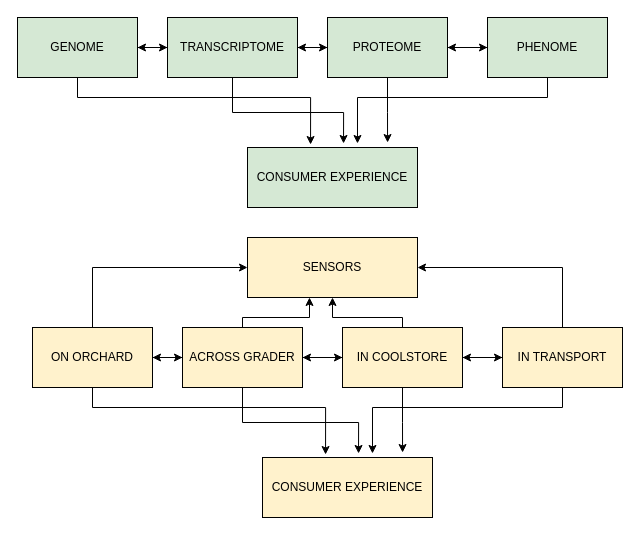
Earlier version of the draw.io diagram DataConnections.drawio (m-alavi/LinleysTestRop). Source tidied: cells renumbered, new cells numbered last; positions are measured from the earlier drawing's top-left corner, leaving out a move shared by most shapes. Both pictures are drawn from the tidied source at 100%, with x=0, y=0 at pixel (17, 17).
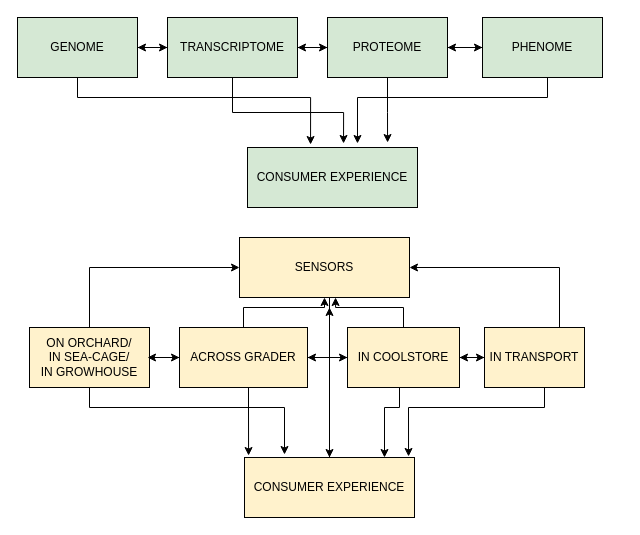
The same page after the edit.

What changed in the source:
```diff
@@
     <mxCell id="15" value="PHENOME" style="rounded=0;whiteSpace=wrap;html=1;fillColor=#d5e8d4;strokeColor=#000000;" parent="1" vertex="1">
-      <mxGeometry x="470" width="120" height="60" as="geometry" />
+      <mxGeometry x="465" width="120" height="60" as="geometry" />
     </mxCell>
@@
-    <mxCell id="17" style="edgeStyle=orthogonalEdgeStyle;rounded=0;jettySize=auto;html=1;fillColor=#fff2cc;strokeColor=#000000;" parent="1" edge="1" source="20" target="25">
-      <mxGeometry relative="1" as="geometry" />
-    </mxCell>
-    <mxCell id="18" style="edgeStyle=orthogonalEdgeStyle;rounded=0;jettySize=auto;html=1;entryX=0.371;entryY=-0.05;entryDx=0;entryDy=0;entryPerimeter=0;fillColor=#fff2cc;strokeColor=#000000;" parent="1" edge="1" source="20" target="35">
+    <mxCell id="18" style="edgeStyle=orthogonalEdgeStyle;rounded=0;jettySize=auto;html=1;fillColor=#fff2cc;strokeColor=#000000;" parent="1" edge="1" source="20">
       <mxGeometry relative="1" as="geometry">
+        <mxPoint x="267" y="437" as="targetPoint" />
         <Array as="points">
-          <mxPoint x="75" y="390" />
-          <mxPoint x="308" y="390" />
+          <mxPoint x="72" y="390" />
+          <mxPoint x="267" y="390" />
+          <mxPoint x="267" y="437" />
         </Array>
       </mxGeometry>
     </mxCell>
     <mxCell id="19" style="edgeStyle=orthogonalEdgeStyle;rounded=0;jettySize=auto;html=1;entryX=0;entryY=0.5;entryDx=0;entryDy=0;strokeColor=#000000;" parent="1" edge="1" source="20" target="36">
       <mxGeometry relative="1" as="geometry">
         <Array as="points">
-          <mxPoint x="75" y="250" />
+          <mxPoint x="72" y="250" />
         </Array>
       </mxGeometry>
     </mxCell>
+    <mxCell id="17" style="edgeStyle=orthogonalEdgeStyle;rounded=0;jettySize=auto;html=1;" parent="1" edge="1" source="20" target="25">
+      <mxGeometry relative="1" as="geometry" />
+    </mxCell>
-    <mxCell id="20" value="ON ORCHARD" style="rounded=0;whiteSpace=wrap;html=1;fillColor=#fff2cc;strokeColor=#000000;" parent="1" vertex="1">
-      <mxGeometry x="15" y="310" width="120" height="60" as="geometry" />
+    <mxCell id="20" value="&lt;div&gt;ON ORCHARD/&lt;/div&gt;&lt;div&gt;IN SEA-CAGE/&lt;/div&gt;&lt;div&gt;IN GROWHOUSE&lt;br&gt;&lt;/div&gt;" style="rounded=0;whiteSpace=wrap;html=1;fillColor=#fff2cc;strokeColor=#000000;" parent="1" vertex="1">
+      <mxGeometry x="12" y="310" width="120" height="60" as="geometry" />
     </mxCell>
-    <mxCell id="21" style="edgeStyle=orthogonalEdgeStyle;rounded=0;jettySize=auto;html=1;fillColor=#fff2cc;strokeColor=#000000;" parent="1" edge="1" source="25" target="20">
-      <mxGeometry relative="1" as="geometry" />
-    </mxCell>
+    <mxCell id="23" style="edgeStyle=orthogonalEdgeStyle;rounded=0;jettySize=auto;html=1;fillColor=#fff2cc;strokeColor=#000000;" parent="1" edge="1" source="25" target="30">
+      <mxGeometry relative="1" as="geometry" />
+    </mxCell>
-    <mxCell id="22" style="edgeStyle=orthogonalEdgeStyle;rounded=0;jettySize=auto;html=1;entryX=0.565;entryY=-0.067;entryDx=0;entryDy=0;entryPerimeter=0;fillColor=#fff2cc;strokeColor=#000000;" parent="1" edge="1" source="25" target="35">
-      <mxGeometry relative="1" as="geometry" />
+    <mxCell id="22" style="edgeStyle=orthogonalEdgeStyle;rounded=0;jettySize=auto;html=1;entryX=0.024;entryY=-0.033;entryDx=0;entryDy=0;entryPerimeter=0;" parent="1" edge="1" source="25" target="35">
+      <mxGeometry relative="1" as="geometry">
+        <Array as="points">
+          <mxPoint x="231" y="390" />
+          <mxPoint x="231" y="390" />
+        </Array>
+      </mxGeometry>
     </mxCell>
-    <mxCell id="23" style="edgeStyle=orthogonalEdgeStyle;rounded=0;jettySize=auto;html=1;fillColor=#fff2cc;strokeColor=#000000;" parent="1" edge="1" source="25" target="30">
-      <mxGeometry relative="1" as="geometry" />
-    </mxCell>
-    <mxCell id="24" style="edgeStyle=orthogonalEdgeStyle;rounded=0;jettySize=auto;html=1;strokeColor=#000000;" parent="1" edge="1" source="25">
-      <mxGeometry relative="1" as="geometry">
-        <mxPoint x="292" y="280" as="targetPoint" />
-        <Array as="points">
-          <mxPoint x="225" y="300" />
-          <mxPoint x="292" y="300" />
-        </Array>
-      </mxGeometry>
-    </mxCell>
+    <mxCell id="37" style="edgeStyle=orthogonalEdgeStyle;rounded=0;jettySize=auto;html=1;" parent="1" edge="1" source="25">
+      <mxGeometry relative="1" as="geometry">
+        <mxPoint x="130" y="340" as="targetPoint" />
+      </mxGeometry>
+    </mxCell>
+    <mxCell id="38" style="edgeStyle=orthogonalEdgeStyle;rounded=0;jettySize=auto;html=1;exitX=0.5;exitY=0;exitDx=0;exitDy=0;entryX=0.5;entryY=1;entryDx=0;entryDy=0;" parent="1" edge="1" source="25" target="36">
+      <mxGeometry relative="1" as="geometry" />
+    </mxCell>
     <mxCell id="25" value="ACROSS GRADER" style="rounded=0;whiteSpace=wrap;html=1;fillColor=#fff2cc;strokeColor=#000000;" parent="1" vertex="1">
-      <mxGeometry x="165" y="310" width="120" height="60" as="geometry" />
+      <mxGeometry x="162" y="310" width="128" height="60" as="geometry" />
     </mxCell>
-    <mxCell id="26" style="edgeStyle=orthogonalEdgeStyle;rounded=0;jettySize=auto;html=1;entryX=0.824;entryY=-0.083;entryDx=0;entryDy=0;entryPerimeter=0;fillColor=#fff2cc;strokeColor=#000000;" parent="1" edge="1" source="30" target="35">
-      <mxGeometry relative="1" as="geometry" />
-    </mxCell>
     <mxCell id="27" style="edgeStyle=orthogonalEdgeStyle;rounded=0;jettySize=auto;html=1;fillColor=#fff2cc;strokeColor=#000000;" parent="1" edge="1" source="30" target="34">
       <mxGeometry relative="1" as="geometry">
         <Array as="points">
-          <mxPoint x="455" y="340" />
-          <mxPoint x="455" y="340" />
+          <mxPoint x="452" y="340" />
+          <mxPoint x="452" y="340" />
         </Array>
       </mxGeometry>
     </mxCell>
@@
+    <mxCell id="26" style="edgeStyle=orthogonalEdgeStyle;rounded=0;jettySize=auto;html=1;exitX=0.5;exitY=1;exitDx=0;exitDy=0;" parent="1" edge="1" source="30" target="35">
+      <mxGeometry relative="1" as="geometry">
+        <Array as="points">
+          <mxPoint x="382" y="390" />
+          <mxPoint x="367" y="390" />
+        </Array>
+      </mxGeometry>
+    </mxCell>
-    <mxCell id="29" style="edgeStyle=orthogonalEdgeStyle;rounded=0;jettySize=auto;html=1;strokeColor=#000000;" parent="1" edge="1" source="30" target="36">
-      <mxGeometry relative="1" as="geometry">
-        <Array as="points">
-          <mxPoint x="385" y="300" />
-          <mxPoint x="315" y="300" />
-        </Array>
-      </mxGeometry>
+    <mxCell id="29" style="edgeStyle=orthogonalEdgeStyle;rounded=0;jettySize=auto;html=1;exitX=0.5;exitY=0;exitDx=0;exitDy=0;entryX=0.565;entryY=1;entryDx=0;entryDy=0;entryPerimeter=0;" parent="1" edge="1" source="30" target="36">
+      <mxGeometry relative="1" as="geometry" />
     </mxCell>
     <mxCell id="30" value="IN COOLSTORE" style="rounded=0;whiteSpace=wrap;html=1;fillColor=#fff2cc;strokeColor=#000000;" parent="1" vertex="1">
-      <mxGeometry x="325" y="310" width="120" height="60" as="geometry" />
+      <mxGeometry x="330" y="310" width="112" height="60" as="geometry" />
     </mxCell>
-    <mxCell id="31" style="edgeStyle=orthogonalEdgeStyle;rounded=0;jettySize=auto;html=1;entryX=0.647;entryY=-0.067;entryDx=0;entryDy=0;entryPerimeter=0;fillColor=#fff2cc;strokeColor=#000000;" parent="1" edge="1" source="34" target="35">
-      <mxGeometry relative="1" as="geometry">
-        <Array as="points">
-          <mxPoint x="545" y="390" />
-          <mxPoint x="355" y="390" />
-        </Array>
-      </mxGeometry>
-    </mxCell>
@@
     <mxCell id="33" style="edgeStyle=orthogonalEdgeStyle;rounded=0;jettySize=auto;html=1;entryX=1;entryY=0.5;entryDx=0;entryDy=0;strokeColor=#000000;" parent="1" edge="1" source="34" target="36">
       <mxGeometry relative="1" as="geometry">
         <Array as="points">
-          <mxPoint x="545" y="250" />
+          <mxPoint x="542" y="250" />
         </Array>
       </mxGeometry>
     </mxCell>
+    <mxCell id="31" style="edgeStyle=orthogonalEdgeStyle;rounded=0;jettySize=auto;html=1;entryX=0.965;entryY=-0.017;entryDx=0;entryDy=0;entryPerimeter=0;" parent="1" edge="1" source="34" target="35">
+      <mxGeometry relative="1" as="geometry">
+        <Array as="points">
+          <mxPoint x="527" y="390" />
+          <mxPoint x="391" y="390" />
+        </Array>
+      </mxGeometry>
+    </mxCell>
     <mxCell id="34" value="IN TRANSPORT" style="rounded=0;whiteSpace=wrap;html=1;fillColor=#fff2cc;strokeColor=#000000;" parent="1" vertex="1">
-      <mxGeometry x="485" y="310" width="120" height="60" as="geometry" />
+      <mxGeometry x="467" y="310" width="100" height="60" as="geometry" />
     </mxCell>
+    <mxCell id="39" style="edgeStyle=orthogonalEdgeStyle;rounded=0;jettySize=auto;html=1;exitX=0.5;exitY=0;exitDx=0;exitDy=0;" parent="1" edge="1" source="35">
+      <mxGeometry relative="1" as="geometry">
+        <mxPoint x="312" y="290" as="targetPoint" />
+      </mxGeometry>
+    </mxCell>
     <mxCell id="35" value="CONSUMER EXPERIENCE" style="rounded=1;whiteSpace=wrap;html=1;arcSize=0;fillColor=#fff2cc;strokeColor=#000000;" parent="1" vertex="1">
-      <mxGeometry x="245" y="440" width="170" height="60" as="geometry" />
+      <mxGeometry x="227" y="440" width="170" height="60" as="geometry" />
     </mxCell>
+    <mxCell id="40" style="edgeStyle=orthogonalEdgeStyle;rounded=0;orthogonalLoop=1;jettySize=auto;html=1;exitX=0.5;exitY=1;exitDx=0;exitDy=0;" parent="1" edge="1">
+      <mxGeometry relative="1" as="geometry">
+        <mxPoint x="312" y="280" as="sourcePoint" />
+        <mxPoint x="312" y="440" as="targetPoint" />
+      </mxGeometry>
+    </mxCell>
     <mxCell id="36" value="SENSORS" style="rounded=0;whiteSpace=wrap;html=1;fillColor=#fff2cc;strokeColor=#000000;" parent="1" vertex="1">
-      <mxGeometry x="230" y="220" width="170" height="60" as="geometry" />
+      <mxGeometry x="222" y="220" width="170" height="60" as="geometry" />
     </mxCell>
```
